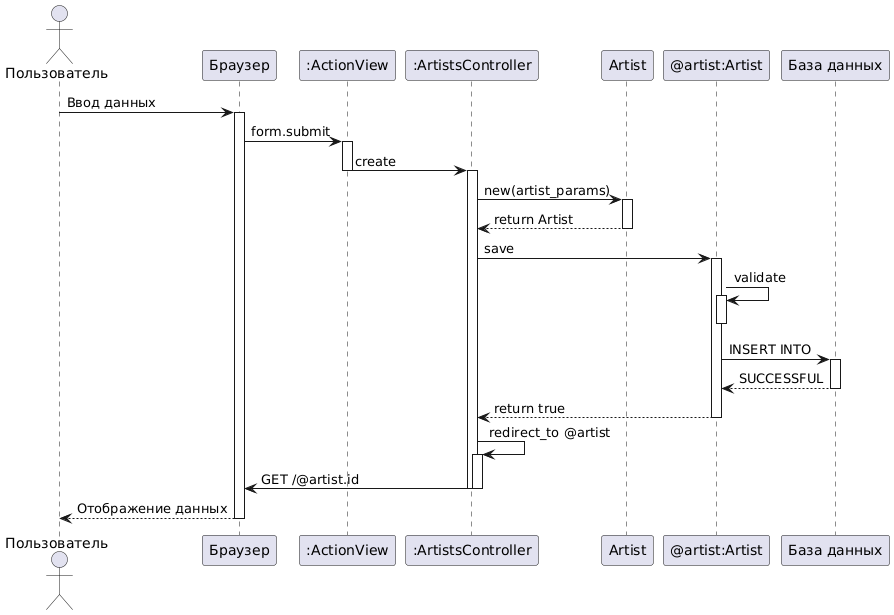
The PlantUML diagram other/media/images/CreateArtist_Sequence.png in VavakinV/musicrud, before a commit. The source it was exported from:
```plantuml
@startuml
actor Пользователь
participant "Браузер" as Page
participant ":ActionView" as View
participant ":ArtistsController" as Controller
participant "Artist" as Artist
participant "@artist:Artist" as ArtistObject
participant "База данных" as Database

Пользователь -> Page: Ввод данных
activate Page
Page -> View: form.submit
activate View
View -> Controller: create
deactivate View
activate Controller
Controller -> Artist: new(artist_params)
activate Artist
Artist --> Controller: return Artist
deactivate Artist
Controller -> ArtistObject: save
activate ArtistObject
ArtistObject -> ArtistObject: validate
activate ArtistObject
deactivate ArtistObject
ArtistObject -> Database: INSERT INTO
activate Database
Database --> ArtistObject: SUCCESSFUL
deactivate Database
ArtistObject --> Controller: return true
deactivate ArtistObject
Controller -> Controller: redirect_to @artist
activate Controller
Controller -> Page: GET /@artist.id
deactivate Controller
deactivate Controller
Page --> Пользователь: Отображение данных
deactivate Page
@enduml
```
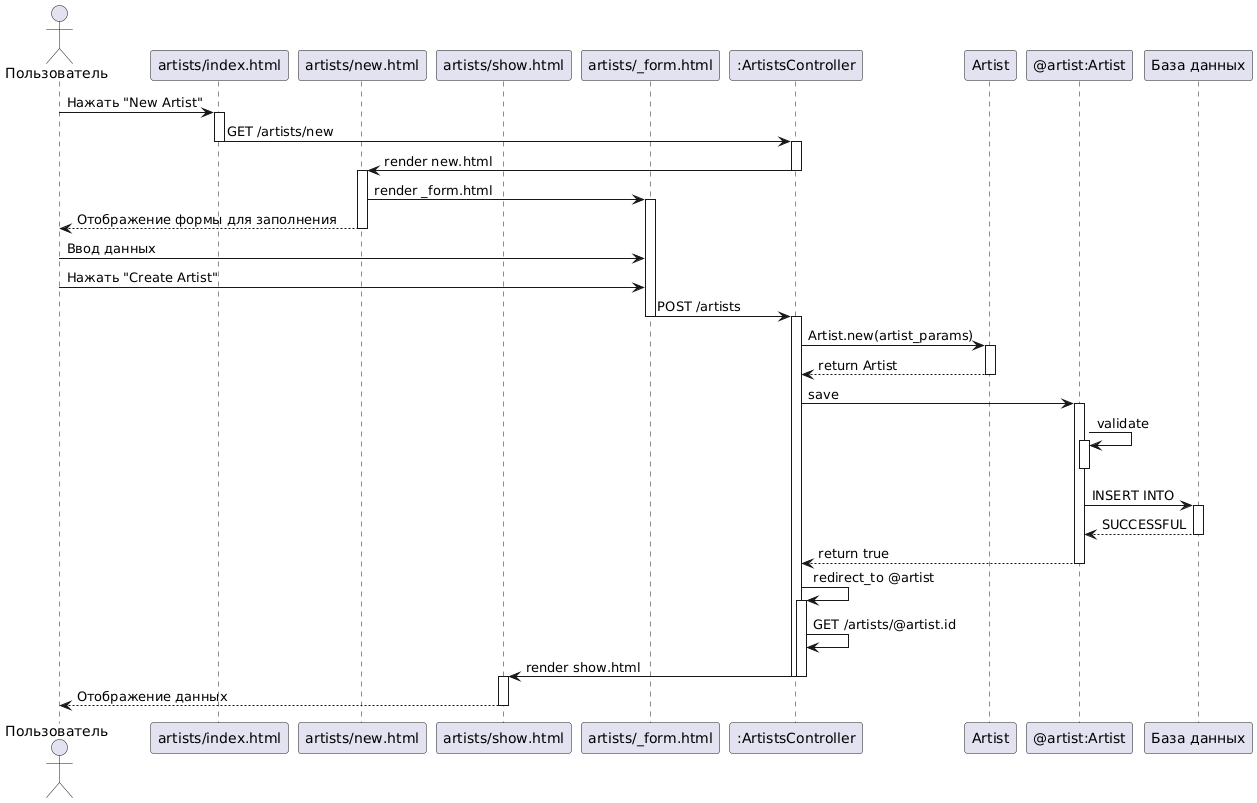
After the change.

Commit message:
Updated sequence diagram for Artist Create

What changed in the source:
```diff
@@ -1,20 +1,32 @@
 @startuml
-actor Пользователь
-participant "Браузер" as Page
-participant ":ActionView" as View
+actor Пользователь as User
+participant "artists/index.html" as ViewIndex
+participant "artists/new.html" as ViewNew
+participant "artists/show.html" as ViewShow
+participant "artists/_form.html" as ViewForm
 participant ":ArtistsController" as Controller
 participant "Artist" as Artist
 participant "@artist:Artist" as ArtistObject
 participant "База данных" as Database
 
-Пользователь -> Page: Ввод данных
-activate Page
-Page -> View: form.submit
-activate View
-View -> Controller: create
-deactivate View
+User -> ViewIndex: Нажать "New Artist"
+activate ViewIndex
+ViewIndex -> Controller: GET /artists/new
+deactivate ViewIndex
 activate Controller
-Controller -> Artist: new(artist_params)
+Controller -> ViewNew: render new.html
+deactivate Controller
+activate ViewNew
+ViewNew -> ViewForm: render _form.html
+activate ViewForm
+ViewNew --> User: Отображение формы для заполнения
+deactivate ViewNew
+User -> ViewForm: Ввод данных
+User -> ViewForm: Нажать "Create Artist"
+ViewForm -> Controller: POST /artists
+deactivate ViewForm
+activate Controller
+Controller -> Artist: Artist.new(artist_params)
 activate Artist
 Artist --> Controller: return Artist
 deactivate Artist
@@ -31,9 +43,11 @@
 deactivate ArtistObject
 Controller -> Controller: redirect_to @artist
 activate Controller
-Controller -> Page: GET /@artist.id
+Controller -> Controller: GET /artists/@artist.id
+Controller -> ViewShow: render show.html
 deactivate Controller
 deactivate Controller
-Page --> Пользователь: Отображение данных
-deactivate Page
+activate ViewShow
+ViewShow --> User: Отображение данных
+deactivate ViewShow
 @enduml
```
